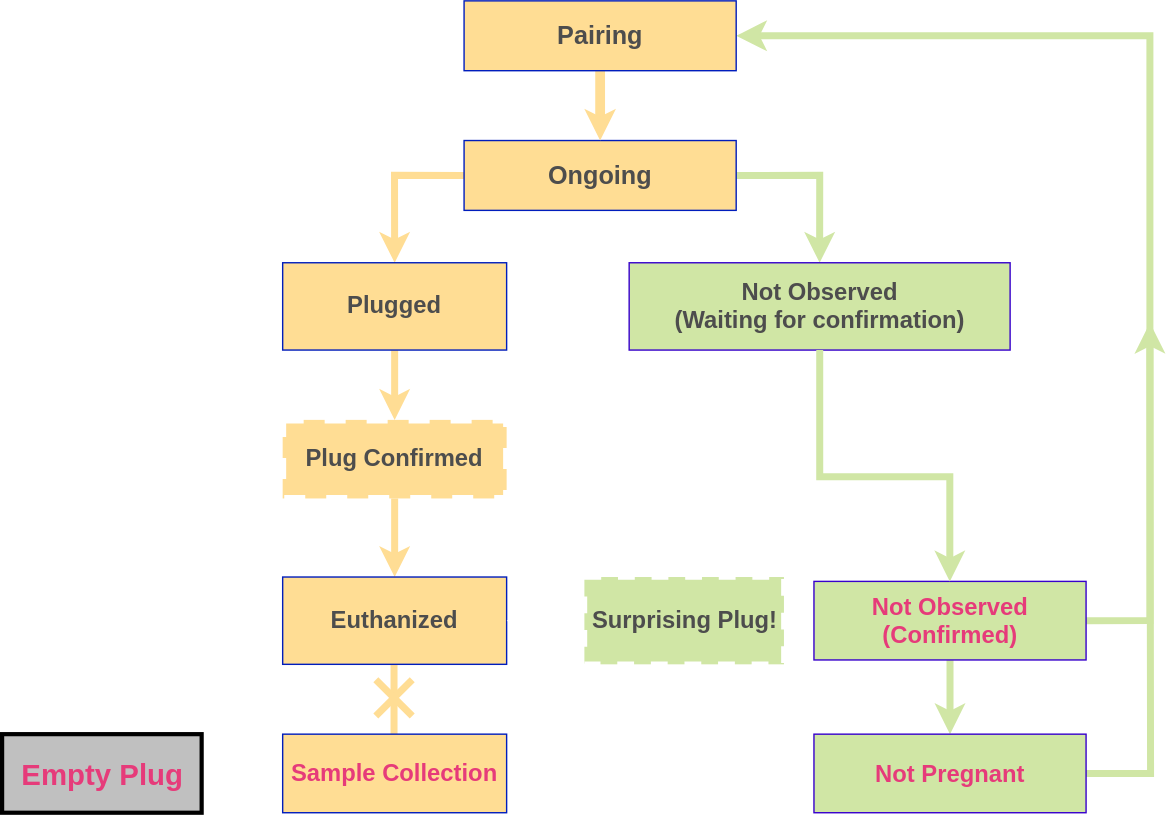
Earlier version of the draw.io export www/Plugging_status_Diagram.svg (sqianglan/MouseTracking). Source tidied: cells renumbered, new cells last; positions are measured from the earlier drawing's top-left corner, leaving out a move shared by most shapes.
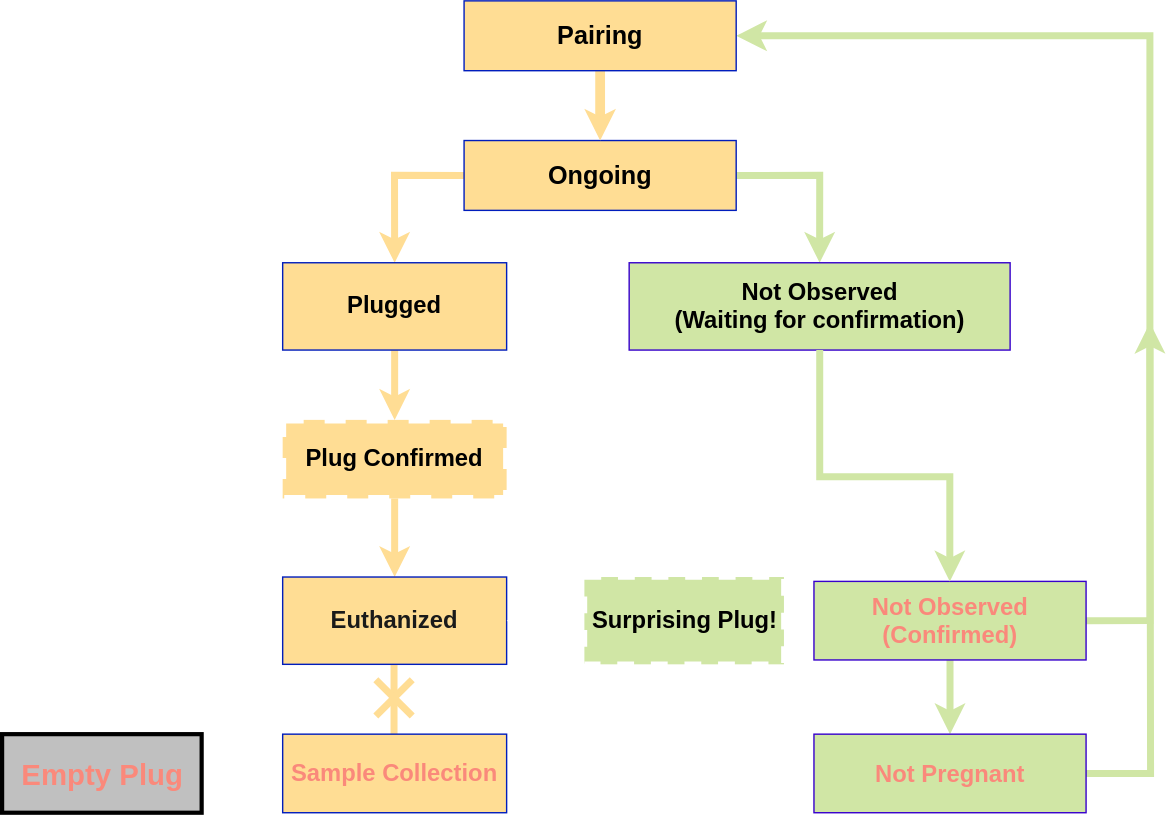
Later version of the same file.

Commit message:
fix null handeling issue causing erro when rendering the Plugging modification history

What changed in the source:
```diff
@@ -8,7 +8,7 @@
     <mxCell id="3" style="edgeStyle=orthogonalEdgeStyle;rounded=0;jettySize=auto;html=1;entryX=0.5;entryY=0;entryDx=0;entryDy=0;exitX=1;exitY=0.5;exitDx=0;exitDy=0;strokeColor=light-dark(#D0E6A5,#D0E6A5);strokeWidth=5;align=center;verticalAlign=middle;fontFamily=Helvetica;fontSize=17;fontColor=default;labelBackgroundColor=default;jumpStyle=arc;jumpSize=0;startSize=7;endArrow=classic;sourcePerimeterSpacing=8;targetPerimeterSpacing=0;fillColor=#d80073;" parent="1" edge="1" source="4" target="9">
       <mxGeometry relative="1" as="geometry" />
     </mxCell>
-    <mxCell id="4" value="&lt;font&gt;&lt;span&gt;Ongoing&lt;/span&gt;&lt;/font&gt;" style="rounded=0;whiteSpace=wrap;html=1;flipH=0;flipV=0;fontSize=18;fillColor=light-dark(#FFDD94,#FFDD94);fontColor=light-dark(#4D4D4D,#4D4D4D);strokeColor=#001DBC;align=center;verticalAlign=middle;fontFamily=Helvetica;fillStyle=solid;fontStyle=1;" parent="1" vertex="1">
+    <mxCell id="4" value="&lt;font&gt;&lt;span&gt;Ongoing&lt;/span&gt;&lt;/font&gt;" style="rounded=0;whiteSpace=wrap;html=1;flipH=0;flipV=0;fontSize=18;fillColor=light-dark(#FFDD94,#FFDD94);fontColor=light-dark(#000000,#000000);strokeColor=#001DBC;align=center;verticalAlign=middle;fontFamily=Helvetica;fillStyle=solid;fontStyle=1;" parent="1" vertex="1">
       <mxGeometry x="330" y="99.8" width="194.4" height="49.9" as="geometry" />
     </mxCell>
     <mxCell id="5" style="edgeStyle=orthogonalEdgeStyle;rounded=0;jettySize=auto;html=1;entryX=0.5;entryY=0;entryDx=0;entryDy=0;strokeWidth=5;fillColor=#1ba1e2;strokeColor=light-dark(#FFDD94,#FFDD94);fontSize=17;" parent="1" edge="1" source="7" target="12">
@@ -19,7 +19,7 @@
         <mxPoint x="71" y="400" as="targetPoint" />
       </mxGeometry>
     </mxCell>
-    <mxCell id="7" value="Plugged" style="rounded=0;whiteSpace=wrap;html=1;flipH=0;flipV=1;fontSize=17;fillColor=light-dark(#FFDD94,#FFDD94);fontColor=light-dark(#4D4D4D,#4D4D4D);strokeColor=#001DBC;fontStyle=1;fontFamily=Helvetica;" parent="1" vertex="1">
+    <mxCell id="7" value="Plugged" style="rounded=0;whiteSpace=wrap;html=1;flipH=0;flipV=1;fontSize=17;fillColor=light-dark(#FFDD94,#FFDD94);fontColor=light-dark(#000000,#000000);strokeColor=#001DBC;fontStyle=1;fontFamily=Helvetica;" parent="1" vertex="1">
       <mxGeometry x="200.4" y="187.1" width="160" height="62.4" as="geometry" />
     </mxCell>
     <mxCell id="8" style="edgeStyle=orthogonalEdgeStyle;rounded=0;jettySize=auto;html=1;fillColor=#d80073;strokeColor=light-dark(#FFFFFF,#FFFFFF);strokeWidth=5;dashed=1;startSize=7;sourcePerimeterSpacing=8;targetPerimeterSpacing=0;jumpSize=0;jumpStyle=line;fontSize=17;entryDx=0;entryDy=0;exitX=0.5;exitY=1;exitDx=0;exitDy=0;entryX=0.5;entryY=0;" parent="1" edge="1" source="9" target="22">
@@ -30,7 +30,7 @@
         </Array>
       </mxGeometry>
     </mxCell>
-    <mxCell id="9" value="&lt;p class=&quot;p1&quot; style=&quot;margin: 0px; font-width: normal; line-height: normal; font-size-adjust: none; font-kerning: auto; font-variant-alternates: normal; font-variant-ligatures: normal; font-variant-numeric: normal; font-variant-east-asian: normal; font-variant-position: normal; font-feature-settings: normal; font-optical-sizing: auto; font-variation-settings: normal;&quot;&gt;&lt;font style=&quot;&quot;&gt;Not Observed&lt;/font&gt;&lt;/p&gt;&lt;p class=&quot;p1&quot; style=&quot;margin: 0px; font-width: normal; line-height: normal; font-size-adjust: none; font-kerning: auto; font-variant-alternates: normal; font-variant-ligatures: normal; font-variant-numeric: normal; font-variant-east-asian: normal; font-variant-position: normal; font-feature-settings: normal; font-optical-sizing: auto; font-variation-settings: normal;&quot;&gt;&lt;font style=&quot;&quot;&gt;(Waiting for confirmation)&lt;/font&gt;&lt;/p&gt;" style="rounded=0;whiteSpace=wrap;html=1;align=center;flipH=0;flipV=0;fontSize=17;fillColor=light-dark(#D0E6A5,#D0E6A5);fontColor=light-dark(#4D4D4D,#4D4D4D);strokeColor=#3700CC;fillStyle=solid;fontStyle=1;fontFamily=Helvetica;" parent="1" vertex="1">
+    <mxCell id="9" value="&lt;p style=&quot;margin: 0px; font-width: normal; line-height: normal; font-size-adjust: none; font-kerning: auto; font-variant-alternates: normal; font-variant-ligatures: normal; font-variant-numeric: normal; font-variant-east-asian: normal; font-variant-position: normal; font-feature-settings: normal; font-optical-sizing: auto; font-variation-settings: normal;&quot; class=&quot;p1&quot;&gt;&lt;font style=&quot;&quot;&gt;Not Observed&lt;/font&gt;&lt;/p&gt;&lt;p style=&quot;margin: 0px; font-width: normal; line-height: normal; font-size-adjust: none; font-kerning: auto; font-variant-alternates: normal; font-variant-ligatures: normal; font-variant-numeric: normal; font-variant-east-asian: normal; font-variant-position: normal; font-feature-settings: normal; font-optical-sizing: auto; font-variation-settings: normal;&quot; class=&quot;p1&quot;&gt;&lt;font style=&quot;&quot;&gt;(Waiting for confirmation)&lt;/font&gt;&lt;/p&gt;" style="rounded=0;whiteSpace=wrap;html=1;align=center;flipH=0;flipV=0;fontSize=17;fillColor=light-dark(#D0E6A5,#D0E6A5);fontColor=light-dark(#000000,#000000);strokeColor=#3700CC;fillStyle=solid;fontStyle=1;fontFamily=Helvetica;" parent="1" vertex="1">
       <mxGeometry x="448" y="187.1" width="272.2" height="62.4" as="geometry" />
     </mxCell>
     <mxCell id="10" style="edgeStyle=orthogonalEdgeStyle;rounded=0;jettySize=auto;html=1;entryX=0.5;entryY=0;entryDx=0;entryDy=0;strokeWidth=5;fillColor=#1ba1e2;strokeColor=light-dark(#FFDD94,#FFDD94);fontSize=17;" parent="1" edge="1" source="12" target="18">
@@ -39,7 +39,7 @@
     <mxCell id="11" style="edgeStyle=orthogonalEdgeStyle;rounded=0;jettySize=auto;html=1;dashed=1;strokeColor=light-dark(#FFFFFF,#FFFFFF);strokeWidth=5;align=center;verticalAlign=middle;fontFamily=Helvetica;fontSize=17;fontColor=default;labelBackgroundColor=default;jumpStyle=arc;jumpSize=0;startSize=7;endArrow=classic;sourcePerimeterSpacing=1;targetPerimeterSpacing=0;fillColor=#d80073;entryX=0.5;entryY=0;entryDx=0;entryDy=0;" parent="1" edge="1" source="12" target="20">
       <mxGeometry relative="1" as="geometry" />
     </mxCell>
-    <mxCell id="12" value="Plug Confirmed" style="rounded=0;whiteSpace=wrap;html=1;dashed=1;fontSize=17;fillColor=light-dark(#FFDD94,#FFDD94);fontColor=light-dark(#4D4D4D,#4D4D4D);strokeColor=light-dark(#FFFFFF,#FFFFFF);strokeWidth=5;flipV=0;fontStyle=1;fontFamily=Helvetica;" parent="1" vertex="1">
+    <mxCell id="12" value="Plug Confirmed" style="rounded=0;whiteSpace=wrap;html=1;dashed=1;fontSize=17;fillColor=light-dark(#FFDD94,#FFDD94);fontColor=light-dark(#000000,#000000);strokeColor=light-dark(#FFFFFF,#FFFFFF);strokeWidth=5;flipV=0;fontStyle=1;fontFamily=Helvetica;" parent="1" vertex="1">
       <mxGeometry x="200.4" y="299.4" width="160" height="56.1" as="geometry" />
     </mxCell>
     <mxCell id="13" style="edgeStyle=orthogonalEdgeStyle;rounded=0;jettySize=auto;html=1;entryX=1;entryY=0.5;entryDx=0;entryDy=0;strokeColor=light-dark(#D0E6A5,#D0E6A5);strokeWidth=5;align=center;verticalAlign=middle;fontFamily=Helvetica;fontSize=17;fontColor=default;labelBackgroundColor=default;jumpStyle=arc;jumpSize=0;startSize=7;endArrow=classic;sourcePerimeterSpacing=8;targetPerimeterSpacing=0;fillColor=#6a00ff;exitX=1;exitY=0.5;exitDx=0;exitDy=0;" parent="1" edge="1" source="15" target="24">
@@ -53,7 +53,7 @@
     <mxCell id="14" style="edgeStyle=orthogonalEdgeStyle;rounded=0;jettySize=auto;html=1;entryX=0.5;entryY=0;entryDx=0;entryDy=0;strokeColor=light-dark(#D0E6A5,#D0E6A5);strokeWidth=5;align=center;verticalAlign=middle;fontFamily=Helvetica;fontSize=17;fontColor=default;labelBackgroundColor=default;endArrow=classic;fillColor=#d80073;" parent="1" edge="1" source="15" target="27">
       <mxGeometry relative="1" as="geometry" />
     </mxCell>
-    <mxCell id="15" value="&lt;p style=&quot;margin: 0px; font-width: normal; line-height: normal; font-size-adjust: none; font-kerning: auto; font-variant-alternates: normal; font-variant-ligatures: normal; font-variant-numeric: normal; font-variant-east-asian: normal; font-variant-position: normal; font-feature-settings: normal; font-optical-sizing: auto; font-variation-settings: normal;&quot; class=&quot;p1&quot;&gt;&lt;span style=&quot;&quot;&gt;Not Observed&lt;/span&gt;&lt;/p&gt;&lt;p style=&quot;margin: 0px; font-width: normal; line-height: normal; font-size-adjust: none; font-kerning: auto; font-variant-alternates: normal; font-variant-ligatures: normal; font-variant-numeric: normal; font-variant-east-asian: normal; font-variant-position: normal; font-feature-settings: normal; font-optical-sizing: auto; font-variation-settings: normal;&quot; class=&quot;p1&quot;&gt;&lt;span style=&quot;&quot;&gt;(Confirmed)&lt;/span&gt;&lt;/p&gt;" style="rounded=0;whiteSpace=wrap;html=1;align=center;fontSize=17;fillColor=light-dark(#D0E6A5,#D0E6A5);fontColor=light-dark(#E63B7A,#E63B7A);strokeColor=#3700CC;fillStyle=solid;flipV=0;fontStyle=1;fontFamily=Helvetica;" parent="1" vertex="1">
+    <mxCell id="15" value="&lt;p style=&quot;margin: 0px; font-width: normal; line-height: normal; font-size-adjust: none; font-kerning: auto; font-variant-alternates: normal; font-variant-ligatures: normal; font-variant-numeric: normal; font-variant-east-asian: normal; font-variant-position: normal; font-feature-settings: normal; font-optical-sizing: auto; font-variation-settings: normal;&quot; class=&quot;p1&quot;&gt;&lt;span style=&quot;&quot;&gt;Not Observed&lt;/span&gt;&lt;/p&gt;&lt;p style=&quot;margin: 0px; font-width: normal; line-height: normal; font-size-adjust: none; font-kerning: auto; font-variant-alternates: normal; font-variant-ligatures: normal; font-variant-numeric: normal; font-variant-east-asian: normal; font-variant-position: normal; font-feature-settings: normal; font-optical-sizing: auto; font-variation-settings: normal;&quot; class=&quot;p1&quot;&gt;&lt;span style=&quot;&quot;&gt;(Confirmed)&lt;/span&gt;&lt;/p&gt;" style="rounded=0;whiteSpace=wrap;html=1;align=center;fontSize=17;fillColor=light-dark(#D0E6A5,#D0E6A5);fontColor=light-dark(#FA897B,#FA897B);strokeColor=#3700CC;fillStyle=solid;flipV=0;fontStyle=1;fontFamily=Helvetica;" parent="1" vertex="1">
       <mxGeometry x="580" y="414.7" width="194.4" height="56.1" as="geometry" />
     </mxCell>
     <mxCell id="16" style="edgeStyle=orthogonalEdgeStyle;rounded=0;jettySize=auto;html=1;entryX=1;entryY=0.5;entryDx=0;entryDy=0;strokeWidth=5;fontSize=17;dashed=1;endArrow=cross;endFill=0;jumpStyle=arc;strokeColor=light-dark(#FFFFFF,#FFFFFF);align=center;verticalAlign=middle;fontFamily=Helvetica;fontColor=default;labelBackgroundColor=default;jumpSize=3;startSize=7;sourcePerimeterSpacing=-30;targetPerimeterSpacing=0;fillColor=#d80073;endSize=20;startArrow=none;startFill=0;" parent="1" edge="1" source="18" target="20">
@@ -67,25 +67,25 @@
         </Array>
       </mxGeometry>
     </mxCell>
-    <mxCell id="18" value="&lt;font&gt;Euthanized&lt;/font&gt;" style="rounded=0;whiteSpace=wrap;html=1;fontSize=17;fillColor=light-dark(#FFDD94,#FFDD94);fontColor=light-dark(#4D4D4D,#4D4D4D);strokeColor=#001DBC;fontStyle=1;fontFamily=Helvetica;" parent="1" vertex="1">
+    <mxCell id="18" value="&lt;font&gt;Euthanized&lt;/font&gt;" style="rounded=0;whiteSpace=wrap;html=1;fontSize=17;fillColor=light-dark(#FFDD94,#FFDD94);fontColor=light-dark(#1A1A1A,#1A1A1A);strokeColor=#001DBC;fontStyle=1;fontFamily=Helvetica;" parent="1" vertex="1">
       <mxGeometry x="200.4" y="411.6" width="160" height="62.4" as="geometry" />
     </mxCell>
-    <mxCell id="19" value="&lt;font&gt;Sample Collection&lt;/font&gt;" style="rounded=0;whiteSpace=wrap;html=1;fontSize=17;fillColor=light-dark(#FFDD94,#FFDD94);fontColor=light-dark(#E63B7A,#E63B7A);strokeColor=#001DBC;fontStyle=1;fontFamily=Helvetica;" parent="1" vertex="1">
+    <mxCell id="19" value="&lt;font style=&quot;&quot;&gt;Sample Collection&lt;/font&gt;" style="rounded=0;whiteSpace=wrap;html=1;fontSize=17;fillColor=light-dark(#FFDD94,#FFDD94);fontColor=light-dark(#FA897B,#FA897B);strokeColor=#001DBC;fontStyle=1;fontFamily=Helvetica;" parent="1" vertex="1">
       <mxGeometry x="200.4" y="523.9" width="160" height="56.1" as="geometry" />
     </mxCell>
-    <mxCell id="20" value="&lt;font style=&quot;font-size: 21px; color: light-dark(rgb(230, 59, 122), rgb(230, 59, 122));&quot;&gt;Empty Plug&lt;/font&gt;" style="rounded=0;whiteSpace=wrap;html=1;fontSize=17;fontStyle=1;fillColor=light-dark(#C0C0C0,transparent);strokeWidth=3;strokeColor=light-dark(#000000,#000000);fontColor=light-dark(#4D4D4D,#4D4D4D);fillStyle=solid;fontFamily=Helvetica;" parent="1" vertex="1">
+    <mxCell id="20" value="&lt;font style=&quot;font-size: 21px;&quot;&gt;Empty Plug&lt;/font&gt;" style="rounded=0;whiteSpace=wrap;html=1;fontSize=17;fontStyle=1;fillColor=light-dark(#C0C0C0,transparent);strokeWidth=3;strokeColor=light-dark(#000000,#000000);fontColor=light-dark(#FA897B,#FA897B);fillStyle=solid;fontFamily=Helvetica;" parent="1" vertex="1">
       <mxGeometry y="523.9" width="142.6" height="56.1" as="geometry" />
     </mxCell>
     <mxCell id="21" style="edgeStyle=orthogonalEdgeStyle;rounded=0;jettySize=auto;html=1;entryX=1;entryY=0.5;entryDx=0;entryDy=0;fontSize=17;dashed=1;strokeColor=light-dark(#FFFFFF,#FFFFFF);strokeWidth=5;align=center;verticalAlign=middle;fontFamily=Helvetica;fontColor=default;labelBackgroundColor=default;jumpStyle=arc;jumpSize=0;startSize=7;endArrow=classic;sourcePerimeterSpacing=8;targetPerimeterSpacing=0;fillColor=#d80073;" parent="1" edge="1" source="22" target="18">
       <mxGeometry relative="1" as="geometry" />
     </mxCell>
-    <mxCell id="22" value="Surprising Plug!" style="rounded=0;whiteSpace=wrap;html=1;fontSize=17;fillColor=light-dark(#D0E6A5,#D0E6A5);fontColor=light-dark(#4D4D4D,#4D4D4D);strokeColor=light-dark(#FFFFFF,#FFFFFF);strokeWidth=4;dashed=1;fontStyle=1;fontFamily=Helvetica;" parent="1" vertex="1">
+    <mxCell id="22" value="Surprising Plug!" style="rounded=0;whiteSpace=wrap;html=1;fontSize=17;fillColor=light-dark(#D0E6A5,#D0E6A5);fontColor=light-dark(#000000,#000000);strokeColor=light-dark(#FFFFFF,#FFFFFF);strokeWidth=4;dashed=1;fontStyle=1;fontFamily=Helvetica;" parent="1" vertex="1">
       <mxGeometry x="416" y="411.6" width="142.6" height="62.4" as="geometry" />
     </mxCell>
     <mxCell id="23" style="edgeStyle=orthogonalEdgeStyle;rounded=0;jettySize=auto;html=1;entryX=0.5;entryY=0;entryDx=0;entryDy=0;strokeWidth=7;endSize=0;fontSize=17;strokeColor=light-dark(#FFDD94,#FFDD94);" parent="1" edge="1" source="24" target="4">
       <mxGeometry relative="1" as="geometry" />
     </mxCell>
-    <mxCell id="24" value="&lt;font&gt;&lt;span style=&quot;&quot;&gt;Pairing&lt;/span&gt;&lt;/font&gt;" style="rounded=0;whiteSpace=wrap;html=1;fillColor=light-dark(#FFDD94,#FFDD94);fontColor=light-dark(#4D4D4D,#4D4D4D);strokeColor=#001DBC;fontSize=18;flipV=0;fontStyle=1;fontFamily=Helvetica;" parent="1" vertex="1">
+    <mxCell id="24" value="&lt;font&gt;&lt;span style=&quot;&quot;&gt;Pairing&lt;/span&gt;&lt;/font&gt;" style="rounded=0;whiteSpace=wrap;html=1;fillColor=light-dark(#FFDD94,#FFDD94);fontColor=light-dark(#000000,#000000);strokeColor=#001DBC;fontSize=18;flipV=0;fontStyle=1;fontFamily=Helvetica;" parent="1" vertex="1">
       <mxGeometry x="330" width="194.4" height="49.9" as="geometry" />
     </mxCell>
     <mxCell id="25" style="edgeStyle=orthogonalEdgeStyle;rounded=0;jettySize=auto;html=1;strokeWidth=5;fillColor=#d80073;strokeColor=light-dark(#D0E6A5,#D0E6A5);fontSize=17;exitDx=0;exitDy=0;entryDx=0;entryDy=0;" parent="1" edge="1" source="9" target="15">
@@ -101,7 +101,7 @@
         <mxPoint x="820" y="230" as="targetPoint" />
       </mxGeometry>
     </mxCell>
-    <mxCell id="27" value="&lt;p class=&quot;p1&quot; style=&quot;margin: 0px; font-width: normal; line-height: normal; font-size-adjust: none; font-kerning: auto; font-variant-alternates: normal; font-variant-ligatures: normal; font-variant-numeric: normal; font-variant-east-asian: normal; font-variant-position: normal; font-feature-settings: normal; font-optical-sizing: auto; font-variation-settings: normal;&quot;&gt;&lt;font&gt;&lt;span style=&quot;caret-color: rgb(255, 116, 170);&quot;&gt;Not Pregnant&lt;/span&gt;&lt;/font&gt;&lt;/p&gt;" style="rounded=0;whiteSpace=wrap;html=1;align=center;fontSize=17;fillColor=light-dark(#D0E6A5,#D0E6A5);fontColor=light-dark(#E63B7A,#E63B7A);strokeColor=#3700CC;fillStyle=solid;flipV=0;fontStyle=1;fontFamily=Helvetica;verticalAlign=middle;" parent="1" vertex="1">
+    <mxCell id="27" value="&lt;p class=&quot;p1&quot; style=&quot;margin: 0px; font-width: normal; line-height: normal; font-size-adjust: none; font-kerning: auto; font-variant-alternates: normal; font-variant-ligatures: normal; font-variant-numeric: normal; font-variant-east-asian: normal; font-variant-position: normal; font-feature-settings: normal; font-optical-sizing: auto; font-variation-settings: normal;&quot;&gt;&lt;font&gt;&lt;span style=&quot;caret-color: rgb(255, 116, 170);&quot;&gt;Not Pregnant&lt;/span&gt;&lt;/font&gt;&lt;/p&gt;" style="rounded=0;whiteSpace=wrap;html=1;align=center;fontSize=17;fillColor=light-dark(#D0E6A5,#D0E6A5);fontColor=light-dark(#FA897B,#FA897B);strokeColor=#3700CC;fillStyle=solid;flipV=0;fontStyle=1;fontFamily=Helvetica;verticalAlign=middle;" parent="1" vertex="1">
       <mxGeometry x="580" y="523.9" width="194.4" height="56.1" as="geometry" />
     </mxCell>
   </root>
```
